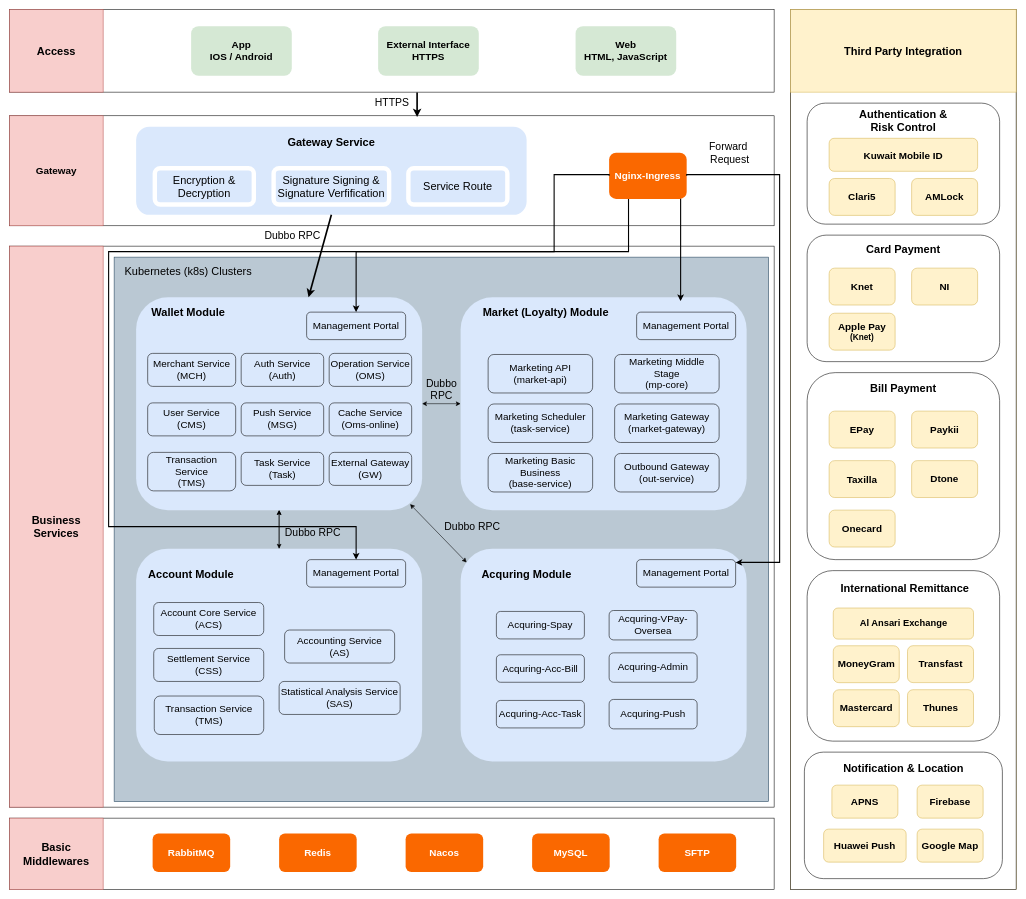
The draw.io diagram wallet_kwt_archi.drawio in EricLuoisme/own-diagrams-draw-io, before the edit. Source tidied: cells renumbered, new cells numbered last; positions are measured from the earlier drawing's top-left corner, leaving out a move shared by most shapes. Both pictures are drawn from the tidied source at 55%, with x=0, y=0 at pixel (9, 9).
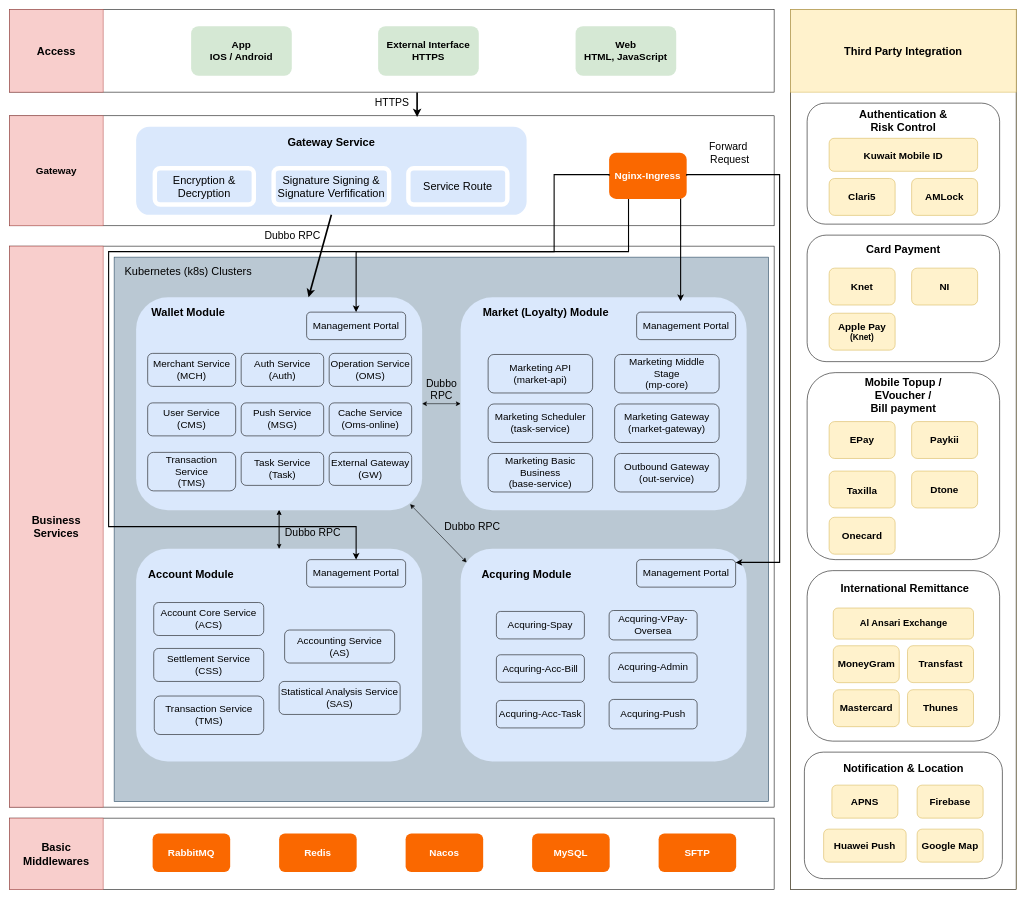
The same page after the edit.

Unchanged cells that the change refers to:
```xml
<mxCell id="98" style="group;" parent="1" vertex="1">
  <mxGeometry x="1450" y="660" width="350" height="350" as="geometry" />
</mxCell>
```

Change to the diagram source:
```diff
@@
-    <mxCell id="100" value="&lt;font size=&quot;1&quot; style=&quot;&quot;&gt;&lt;b style=&quot;font-size: 20px;&quot;&gt;Bill Payment&lt;/b&gt;&lt;/font&gt;" style="text;strokeColor=none;align=center;fillColor=none;html=1;verticalAlign=middle;whiteSpace=wrap;rounded=0;" parent="98" vertex="1">
-      <mxGeometry x="59.9" width="230.3" height="54" as="geometry" />
+    <mxCell id="100" value="&lt;font size=&quot;1&quot; style=&quot;&quot;&gt;&lt;b style=&quot;font-size: 20px;&quot;&gt;Mobile Topup / EVoucher /&lt;/b&gt;&lt;/font&gt;&lt;div&gt;&lt;font size=&quot;1&quot; style=&quot;&quot;&gt;&lt;b style=&quot;font-size: 20px;&quot;&gt;Bill payment&lt;/b&gt;&lt;/font&gt;&lt;/div&gt;" style="text;strokeColor=none;align=center;fillColor=none;html=1;verticalAlign=middle;whiteSpace=wrap;rounded=0;" parent="98" vertex="1">
+      <mxGeometry x="59.9" y="10" width="230.1" height="60" as="geometry" />
     </mxCell>
     <mxCell id="101" value="&lt;b&gt;&lt;font style=&quot;font-size: 18px;&quot;&gt;EPay&lt;/font&gt;&lt;/b&gt;" style="rounded=1;whiteSpace=wrap;html=1;fillColor=#fff2cc;strokeColor=#d6b656;" parent="98" vertex="1">
-      <mxGeometry x="40" y="70" width="120" height="67.1" as="geometry" />
+      <mxGeometry x="40" y="89" width="120" height="67.1" as="geometry" />
     </mxCell>
     <mxCell id="102" value="&lt;b&gt;&lt;font style=&quot;font-size: 18px;&quot;&gt;Paykii&lt;/font&gt;&lt;/b&gt;" style="rounded=1;whiteSpace=wrap;html=1;fillColor=#fff2cc;strokeColor=#d6b656;" parent="98" vertex="1">
-      <mxGeometry x="190" y="70" width="120" height="67.1" as="geometry" />
+      <mxGeometry x="190" y="89" width="120" height="67.1" as="geometry" />
     </mxCell>
     <mxCell id="103" value="&lt;h1&gt;&lt;span style=&quot;font-size: 18px;&quot;&gt;Taxilla&lt;/span&gt;&lt;/h1&gt;" style="rounded=1;whiteSpace=wrap;html=1;fillColor=#fff2cc;strokeColor=#d6b656;" parent="98" vertex="1">
-      <mxGeometry x="40" y="160" width="120" height="67.1" as="geometry" />
+      <mxGeometry x="40" y="179" width="120" height="67.1" as="geometry" />
     </mxCell>
     <mxCell id="104" value="&lt;span style=&quot;font-size: 18px;&quot;&gt;&lt;b&gt;Dtone&lt;/b&gt;&lt;/span&gt;" style="rounded=1;whiteSpace=wrap;html=1;fillColor=#fff2cc;strokeColor=#d6b656;" parent="98" vertex="1">
-      <mxGeometry x="190" y="160" width="120" height="67.1" as="geometry" />
+      <mxGeometry x="190" y="179" width="120" height="67.1" as="geometry" />
     </mxCell>
     <mxCell id="105" value="&lt;b&gt;&lt;font style=&quot;font-size: 18px;&quot;&gt;Onecard&lt;/font&gt;&lt;/b&gt;" style="rounded=1;whiteSpace=wrap;html=1;fillColor=#fff2cc;strokeColor=#d6b656;" parent="98" vertex="1">
-      <mxGeometry x="40" y="250" width="120" height="67.1" as="geometry" />
+      <mxGeometry x="40" y="263" width="120" height="67.1" as="geometry" />
     </mxCell>
```
